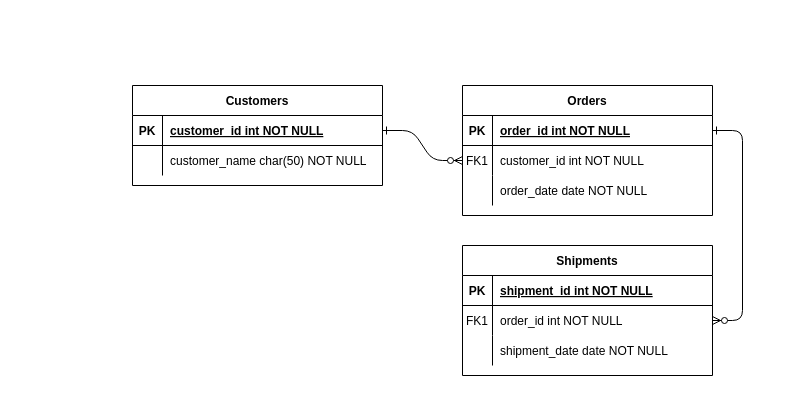
This is Untitled Diagram.drawio from alyssadoggett99/CIDM2315, a draw.io file, before an edit. Source tidied: cells renumbered, new cells numbered last; positions are measured from the earlier drawing's top-left corner, leaving out a move shared by most shapes. Both pictures are drawn from the tidied source at 100%, with x=0, y=0 at pixel (132, 85).
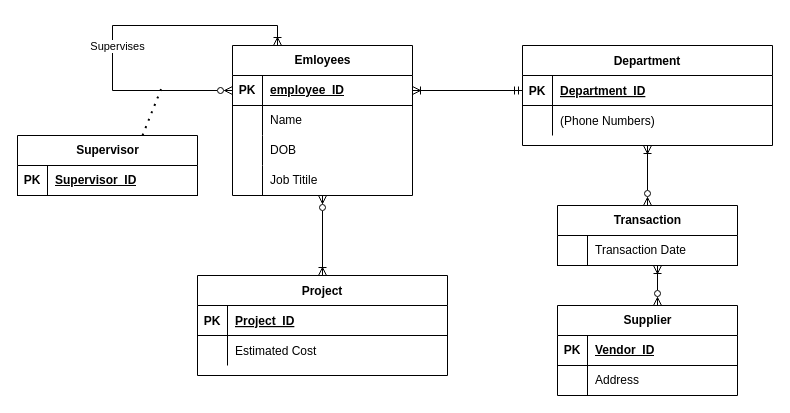
After the change.

Unchanged cells that the change refers to:
```xml
<mxCell id="5" style="shape=partialRectangle;fillColor=none;points=[[0,0.5],[1,0.5]];portConstraint=eastwest;top=0;left=0;right=0;bottom=1;" parent="4" vertex="1">
  <mxGeometry y="30" width="250" height="30" as="geometry" />
</mxCell>
<mxCell id="8" style="shape=partialRectangle;fillColor=none;points=[[0,0.5],[1,0.5]];portConstraint=eastwest;top=0;left=0;right=0;bottom=0;" parent="4" vertex="1">
  <mxGeometry y="60" width="250" height="30" as="geometry" />
</mxCell>
<mxCell id="15" style="shape=partialRectangle;fillColor=none;top=0;left=0;right=0;bottom=1;" parent="14" vertex="1">
  <mxGeometry y="30" width="250" height="30" as="geometry" />
</mxCell>
<mxCell id="18" style="shape=partialRectangle;fillColor=none;points=[[0,0.5],[1,0.5]];portConstraint=eastwest;top=0;left=0;right=0;bottom=0;" parent="14" vertex="1">
  <mxGeometry y="60" width="250" height="30" as="geometry" />
</mxCell>
```

Diff of the diagram source:
```diff
@@
-    <mxCell id="2" style="edgeStyle=entityRelationEdgeStyle;endArrow=ERzeroToMany;startArrow=ERone;endFill=1;startFill=0;" parent="1" edge="1" source="25" target="8">
-      <mxGeometry relative="1" as="geometry" />
-    </mxCell>
-    <mxCell id="3" style="edgeStyle=entityRelationEdgeStyle;endArrow=ERzeroToMany;startArrow=ERone;endFill=1;startFill=0;" parent="1" edge="1" source="5" target="18">
-      <mxGeometry relative="1" as="geometry" />
-    </mxCell>
+    <mxCell id="31" style="edgeStyle=orthogonalEdgeStyle;rounded=0;jettySize=auto;html=1;exitX=0.5;exitY=1;exitDx=0;exitDy=0;entryX=0.5;entryY=0;entryDx=0;entryDy=0;startArrow=ERoneToMany;startFill=0;endArrow=ERzeroToMany;endFill=0;" parent="1" edge="1" source="4" target="49">
+      <mxGeometry relative="1" as="geometry" />
+    </mxCell>
-    <mxCell id="4" value="Orders" style="shape=table;startSize=30;childLayout=tableLayout;rowLines=0;fontStyle=1;align=center;" parent="1" vertex="1">
-      <mxGeometry x="330" width="250" height="130" as="geometry" />
+    <mxCell id="4" value="Department" style="shape=table;startSize=30;childLayout=tableLayout;rowLines=0;fontStyle=1;align=center;" parent="1" vertex="1">
+      <mxGeometry x="390" y="-40" width="250" height="100" as="geometry" />
     </mxCell>
@@
-    <mxCell id="7" value="order_id int NOT NULL " style="shape=partialRectangle;overflow=hidden;fillColor=none;top=0;left=0;bottom=0;right=0;align=left;spacingLeft=6;fontStyle=5;" parent="5" vertex="1">
+    <mxCell id="7" value="Department_ID" style="shape=partialRectangle;overflow=hidden;fillColor=none;top=0;left=0;bottom=0;right=0;align=left;spacingLeft=6;fontStyle=5;" parent="5" vertex="1">
       <mxGeometry x="30" width="220" height="30" as="geometry" />
     </mxCell>
@@
-    <mxCell id="9" value="FK1" style="shape=partialRectangle;overflow=hidden;fillColor=none;top=0;left=0;bottom=0;right=0;" parent="8" vertex="1">
+    <mxCell id="9" style="shape=partialRectangle;overflow=hidden;fillColor=none;top=0;left=0;bottom=0;right=0;" parent="8" vertex="1">
       <mxGeometry width="30" height="30" as="geometry" />
     </mxCell>
-    <mxCell id="10" value="customer_id int NOT NULL" style="shape=partialRectangle;overflow=hidden;fillColor=none;top=0;left=0;bottom=0;right=0;align=left;spacingLeft=6;" parent="8" vertex="1">
+    <mxCell id="10" value="(Phone Numbers)" style="shape=partialRectangle;overflow=hidden;fillColor=none;top=0;left=0;bottom=0;right=0;align=left;spacingLeft=6;" parent="8" vertex="1">
       <mxGeometry x="30" width="220" height="30" as="geometry" />
     </mxCell>
-    <mxCell id="11" style="shape=partialRectangle;fillColor=none;top=0;left=0;right=0;bottom=0;" parent="4" vertex="1">
-      <mxGeometry y="90" width="250" height="30" as="geometry" />
-    </mxCell>
-    <mxCell id="12" style="shape=partialRectangle;overflow=hidden;fillColor=none;top=0;left=0;bottom=0;right=0;" parent="11" vertex="1">
-      <mxGeometry width="30" height="30" as="geometry" />
-    </mxCell>
-    <mxCell id="13" value="order_date date NOT NULL" style="shape=partialRectangle;overflow=hidden;fillColor=none;top=0;left=0;bottom=0;right=0;align=left;spacingLeft=6;" parent="11" vertex="1">
-      <mxGeometry x="30" width="220" height="30" as="geometry" />
-    </mxCell>
-    <mxCell id="14" value="Shipments" style="shape=table;startSize=30;childLayout=tableLayout;rowLines=0;fontStyle=1;align=center;" parent="1" vertex="1">
-      <mxGeometry x="330" y="160" width="250" height="130" as="geometry" />
+    <mxCell id="14" value="Project" style="shape=table;startSize=30;childLayout=tableLayout;rowLines=0;fontStyle=1;align=center;" parent="1" vertex="1">
+      <mxGeometry x="65" y="190" width="250" height="100" as="geometry" />
     </mxCell>
@@
-    <mxCell id="17" value="shipment_id int NOT NULL " style="shape=partialRectangle;overflow=hidden;fillColor=none;top=0;left=0;bottom=0;right=0;align=left;spacingLeft=6;fontStyle=5;" parent="15" vertex="1">
+    <mxCell id="17" value="Project_ID" style="shape=partialRectangle;overflow=hidden;fillColor=none;top=0;left=0;bottom=0;right=0;align=left;spacingLeft=6;fontStyle=5;" parent="15" vertex="1">
       <mxGeometry x="30" width="220" height="30" as="geometry" />
     </mxCell>
@@
-    <mxCell id="19" value="FK1" style="shape=partialRectangle;overflow=hidden;fillColor=none;top=0;left=0;bottom=0;right=0;" parent="18" vertex="1">
+    <mxCell id="19" style="shape=partialRectangle;overflow=hidden;fillColor=none;top=0;left=0;bottom=0;right=0;" parent="18" vertex="1">
       <mxGeometry width="30" height="30" as="geometry" />
     </mxCell>
-    <mxCell id="20" value="order_id int NOT NULL" style="shape=partialRectangle;overflow=hidden;fillColor=none;top=0;left=0;bottom=0;right=0;align=left;spacingLeft=6;" parent="18" vertex="1">
+    <mxCell id="20" value="Estimated Cost" style="shape=partialRectangle;overflow=hidden;fillColor=none;top=0;left=0;bottom=0;right=0;align=left;spacingLeft=6;" parent="18" vertex="1">
       <mxGeometry x="30" width="220" height="30" as="geometry" />
     </mxCell>
-    <mxCell id="21" style="shape=partialRectangle;fillColor=none;top=0;left=0;right=0;bottom=0;" parent="14" vertex="1">
-      <mxGeometry y="90" width="250" height="30" as="geometry" />
-    </mxCell>
-    <mxCell id="22" style="shape=partialRectangle;overflow=hidden;fillColor=none;top=0;left=0;bottom=0;right=0;" parent="21" vertex="1">
-      <mxGeometry width="30" height="30" as="geometry" />
-    </mxCell>
-    <mxCell id="23" value="shipment_date date NOT NULL" style="shape=partialRectangle;overflow=hidden;fillColor=none;top=0;left=0;bottom=0;right=0;align=left;spacingLeft=6;" parent="21" vertex="1">
-      <mxGeometry x="30" width="220" height="30" as="geometry" />
-    </mxCell>
-    <mxCell id="24" value="Customers" style="shape=table;startSize=30;childLayout=tableLayout;rowLines=0;fontStyle=1;align=center;" parent="1" vertex="1">
-      <mxGeometry width="250" height="100" as="geometry" />
-    </mxCell>
-    <mxCell id="25" style="shape=partialRectangle;fillColor=none;points=[[0,0.5],[1,0.5]];portConstraint=eastwest;top=0;left=0;right=0;bottom=1;" parent="24" vertex="1">
-      <mxGeometry y="30" width="250" height="30" as="geometry" />
-    </mxCell>
-    <mxCell id="26" value="PK" style="shape=partialRectangle;overflow=hidden;fillColor=none;top=0;left=0;bottom=0;right=0;fontStyle=1;" parent="25" vertex="1">
-      <mxGeometry width="30" height="30" as="geometry" />
-    </mxCell>
-    <mxCell id="27" value="customer_id int NOT NULL " style="shape=partialRectangle;overflow=hidden;fillColor=none;top=0;left=0;bottom=0;right=0;align=left;spacingLeft=6;fontStyle=5;" parent="25" vertex="1">
-      <mxGeometry x="30" width="220" height="30" as="geometry" />
-    </mxCell>
-    <mxCell id="28" style="shape=partialRectangle;fillColor=none;top=0;left=0;right=0;bottom=0;" parent="24" vertex="1">
-      <mxGeometry y="60" width="250" height="30" as="geometry" />
-    </mxCell>
-    <mxCell id="29" style="shape=partialRectangle;overflow=hidden;fillColor=none;top=0;left=0;bottom=0;right=0;" parent="28" vertex="1">
-      <mxGeometry width="30" height="30" as="geometry" />
-    </mxCell>
-    <mxCell id="30" value="customer_name char(50) NOT NULL" style="shape=partialRectangle;overflow=hidden;fillColor=none;top=0;left=0;bottom=0;right=0;align=left;spacingLeft=6;" parent="28" vertex="1">
-      <mxGeometry x="30" width="220" height="30" as="geometry" />
-    </mxCell>
+    <mxCell id="32" value="Emloyees" style="shape=table;startSize=30;childLayout=tableLayout;rowLines=0;fontStyle=1;align=center;html=1;" parent="1" vertex="1">
+      <mxGeometry x="100" y="-40" width="180" height="150" as="geometry" />
+    </mxCell>
+    <mxCell id="33" style="shape=tableRow;horizontal=0;startSize=0;swimlaneHead=0;swimlaneBody=0;fillColor=none;points=[[0,0.5],[1,0.5]];portConstraint=eastwest;top=0;left=0;right=0;bottom=1;" parent="32" vertex="1">
+      <mxGeometry y="30" width="180" height="30" as="geometry" />
+    </mxCell>
+    <mxCell id="34" value="PK" style="shape=partialRectangle;fillColor=none;top=0;left=0;bottom=0;right=0;fontStyle=1;overflow=hidden;whiteSpace=wrap;html=1;" parent="33" vertex="1">
+      <mxGeometry width="30" height="30" as="geometry" />
+    </mxCell>
+    <mxCell id="35" value="employee_ID" style="shape=partialRectangle;fillColor=none;top=0;left=0;bottom=0;right=0;align=left;spacingLeft=6;fontStyle=5;overflow=hidden;whiteSpace=wrap;html=1;" parent="33" vertex="1">
+      <mxGeometry x="30" width="150" height="30" as="geometry" />
+    </mxCell>
+    <mxCell id="36" style="shape=tableRow;horizontal=0;startSize=0;swimlaneHead=0;swimlaneBody=0;fillColor=none;top=0;left=0;right=0;bottom=0;" parent="32" vertex="1">
+      <mxGeometry y="60" width="180" height="30" as="geometry" />
+    </mxCell>
+    <mxCell id="37" style="shape=partialRectangle;fillColor=none;top=0;left=0;bottom=0;right=0;overflow=hidden;whiteSpace=wrap;html=1;" parent="36" vertex="1">
+      <mxGeometry width="30" height="30" as="geometry" />
+    </mxCell>
+    <mxCell id="38" value="Name" style="shape=partialRectangle;fillColor=none;top=0;left=0;bottom=0;right=0;align=left;spacingLeft=6;overflow=hidden;whiteSpace=wrap;html=1;" parent="36" vertex="1">
+      <mxGeometry x="30" width="150" height="30" as="geometry" />
+    </mxCell>
+    <mxCell id="39" style="shape=tableRow;horizontal=0;startSize=0;swimlaneHead=0;swimlaneBody=0;fillColor=none;top=0;left=0;right=0;bottom=0;" parent="32" vertex="1">
+      <mxGeometry y="90" width="180" height="30" as="geometry" />
+    </mxCell>
+    <mxCell id="40" style="shape=partialRectangle;fillColor=none;top=0;left=0;bottom=0;right=0;overflow=hidden;whiteSpace=wrap;html=1;" parent="39" vertex="1">
+      <mxGeometry width="30" height="30" as="geometry" />
+    </mxCell>
+    <mxCell id="41" value="DOB" style="shape=partialRectangle;fillColor=none;top=0;left=0;bottom=0;right=0;align=left;spacingLeft=6;overflow=hidden;whiteSpace=wrap;html=1;" parent="39" vertex="1">
+      <mxGeometry x="30" width="150" height="30" as="geometry" />
+    </mxCell>
+    <mxCell id="42" style="shape=tableRow;horizontal=0;startSize=0;swimlaneHead=0;swimlaneBody=0;fillColor=none;top=0;left=0;right=0;bottom=0;" parent="32" vertex="1">
+      <mxGeometry y="120" width="180" height="30" as="geometry" />
+    </mxCell>
+    <mxCell id="43" style="shape=partialRectangle;fillColor=none;top=0;left=0;bottom=0;right=0;overflow=hidden;whiteSpace=wrap;html=1;" parent="42" vertex="1">
+      <mxGeometry width="30" height="30" as="geometry" />
+    </mxCell>
+    <mxCell id="44" value="Job Titile" style="shape=partialRectangle;fillColor=none;top=0;left=0;bottom=0;right=0;align=left;spacingLeft=6;overflow=hidden;whiteSpace=wrap;html=1;" parent="42" vertex="1">
+      <mxGeometry x="30" width="150" height="30" as="geometry" />
+    </mxCell>
+    <mxCell id="45" style="edgeStyle=orthogonalEdgeStyle;rounded=0;jettySize=auto;html=1;exitX=0.25;exitY=0;exitDx=0;exitDy=0;entryX=0;entryY=0.5;entryDx=0;entryDy=0;endArrow=ERzeroToMany;endFill=0;startArrow=ERoneToMany;startFill=0;" parent="32" edge="1" source="32" target="33">
+      <mxGeometry relative="1" as="geometry">
+        <Array as="points">
+          <mxPoint x="45" y="-20" />
+          <mxPoint x="-120" y="-20" />
+          <mxPoint x="-120" y="45" />
+        </Array>
+      </mxGeometry>
+    </mxCell>
+    <mxCell id="46" value="Supervises" style="edgeLabel;html=1;align=center;verticalAlign=middle;" parent="45" vertex="1">
+      <mxGeometry x="0.11" y="4" relative="1" as="geometry" />
+    </mxCell>
+    <mxCell id="47" style="endArrow=ERzeroToMany;html=1;rounded=0;exitX=0.5;exitY=0;exitDx=0;exitDy=0;startArrow=ERoneToMany;startFill=0;endFill=0;" parent="1" edge="1" source="14">
+      <mxGeometry relative="1" as="geometry">
+        <mxPoint x="190" y="110" as="targetPoint" />
+      </mxGeometry>
+    </mxCell>
+    <mxCell id="48" style="edgeStyle=orthogonalEdgeStyle;rounded=0;jettySize=auto;html=1;exitX=0;exitY=0.5;exitDx=0;exitDy=0;entryX=1;entryY=0.5;entryDx=0;entryDy=0;endArrow=ERoneToMany;endFill=0;startArrow=ERmandOne;startFill=0;" parent="1" edge="1" source="5" target="33">
+      <mxGeometry relative="1" as="geometry" />
+    </mxCell>
+    <mxCell id="49" value="Transaction" style="shape=table;startSize=30;childLayout=tableLayout;rowLines=0;fontStyle=1;align=center;html=1;" parent="1" vertex="1">
+      <mxGeometry x="425" y="120" width="180" height="60" as="geometry" />
+    </mxCell>
+    <mxCell id="50" style="shape=tableRow;horizontal=0;startSize=0;swimlaneHead=0;swimlaneBody=0;fillColor=none;top=0;left=0;right=0;bottom=1;" parent="49" vertex="1">
+      <mxGeometry y="30" width="180" height="30" as="geometry" />
+    </mxCell>
+    <mxCell id="51" style="shape=partialRectangle;fillColor=none;top=0;left=0;bottom=0;right=0;fontStyle=1;overflow=hidden;whiteSpace=wrap;html=1;" parent="50" vertex="1">
+      <mxGeometry width="30" height="30" as="geometry" />
+    </mxCell>
+    <mxCell id="52" value="Transaction Date" style="shape=partialRectangle;fillColor=none;top=0;left=0;bottom=0;right=0;align=left;spacingLeft=6;fontStyle=0;overflow=hidden;whiteSpace=wrap;html=1;" parent="50" vertex="1">
+      <mxGeometry x="30" width="150" height="30" as="geometry" />
+    </mxCell>
+    <mxCell id="53" value="Supplier" style="shape=table;startSize=30;childLayout=tableLayout;rowLines=0;fontStyle=1;align=center;html=1;" parent="1" vertex="1">
+      <mxGeometry x="425" y="220" width="180" height="90" as="geometry" />
+    </mxCell>
+    <mxCell id="54" style="shape=tableRow;horizontal=0;startSize=0;swimlaneHead=0;swimlaneBody=0;fillColor=none;top=0;left=0;right=0;bottom=1;" parent="53" vertex="1">
+      <mxGeometry y="30" width="180" height="30" as="geometry" />
+    </mxCell>
+    <mxCell id="55" value="PK" style="shape=partialRectangle;fillColor=none;top=0;left=0;bottom=0;right=0;fontStyle=1;overflow=hidden;whiteSpace=wrap;html=1;" parent="54" vertex="1">
+      <mxGeometry width="30" height="30" as="geometry" />
+    </mxCell>
+    <mxCell id="56" value="Vendor_ID" style="shape=partialRectangle;fillColor=none;top=0;left=0;bottom=0;right=0;align=left;spacingLeft=6;fontStyle=5;overflow=hidden;whiteSpace=wrap;html=1;" parent="54" vertex="1">
+      <mxGeometry x="30" width="150" height="30" as="geometry" />
+    </mxCell>
+    <mxCell id="57" style="shape=tableRow;horizontal=0;startSize=0;swimlaneHead=0;swimlaneBody=0;fillColor=none;top=0;left=0;right=0;bottom=0;" parent="53" vertex="1">
+      <mxGeometry y="60" width="180" height="30" as="geometry" />
+    </mxCell>
+    <mxCell id="58" style="shape=partialRectangle;fillColor=none;top=0;left=0;bottom=0;right=0;overflow=hidden;whiteSpace=wrap;html=1;" parent="57" vertex="1">
+      <mxGeometry width="30" height="30" as="geometry" />
+    </mxCell>
+    <mxCell id="59" value="Address" style="shape=partialRectangle;fillColor=none;top=0;left=0;bottom=0;right=0;align=left;spacingLeft=6;overflow=hidden;whiteSpace=wrap;html=1;" parent="57" vertex="1">
+      <mxGeometry x="30" width="150" height="30" as="geometry" />
+    </mxCell>
+    <mxCell id="60" style="endArrow=ERoneToMany;html=1;rounded=0;startArrow=ERzeroToMany;startFill=0;endFill=0;" parent="1" edge="1">
+      <mxGeometry relative="1" as="geometry">
+        <mxPoint x="525" y="220" as="sourcePoint" />
+        <mxPoint x="525" y="180" as="targetPoint" />
+      </mxGeometry>
+    </mxCell>
+    <mxCell id="61" style="endArrow=none;dashed=1;html=1;dashPattern=1 3;strokeWidth=2;rounded=0;" parent="1" edge="1">
+      <mxGeometry relative="1" as="geometry">
+        <mxPoint x="10" y="50" as="sourcePoint" />
+        <mxPoint x="30" as="targetPoint" />
+      </mxGeometry>
+    </mxCell>
+    <mxCell id="62" value="Supervisor" style="shape=table;startSize=30;childLayout=tableLayout;rowLines=0;fontStyle=1;align=center;html=1;" parent="1" vertex="1">
+      <mxGeometry x="-115" y="50" width="180" height="60" as="geometry" />
+    </mxCell>
+    <mxCell id="63" style="shape=tableRow;horizontal=0;startSize=0;swimlaneHead=0;swimlaneBody=0;fillColor=none;top=0;left=0;right=0;bottom=1;" parent="62" vertex="1">
+      <mxGeometry y="30" width="180" height="30" as="geometry" />
+    </mxCell>
+    <mxCell id="64" value="PK" style="shape=partialRectangle;fillColor=none;top=0;left=0;bottom=0;right=0;fontStyle=1;overflow=hidden;whiteSpace=wrap;html=1;" parent="63" vertex="1">
+      <mxGeometry width="30" height="30" as="geometry" />
+    </mxCell>
+    <mxCell id="65" value="Supervisor_ID" style="shape=partialRectangle;fillColor=none;top=0;left=0;bottom=0;right=0;align=left;spacingLeft=6;fontStyle=5;overflow=hidden;whiteSpace=wrap;html=1;" parent="63" vertex="1">
+      <mxGeometry x="30" width="150" height="30" as="geometry" />
+    </mxCell>
```
